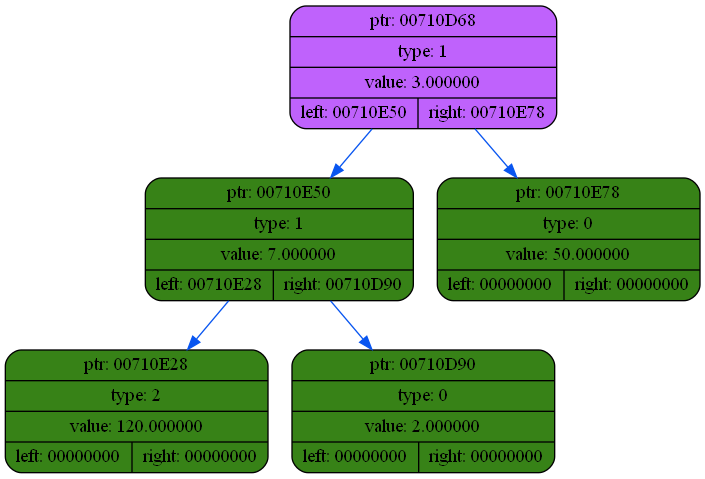
Earlier version of the Graphviz export dump/dump5.png (coffee8cat/differentiator). Its source is kept beside it as dump/dump5.dot.
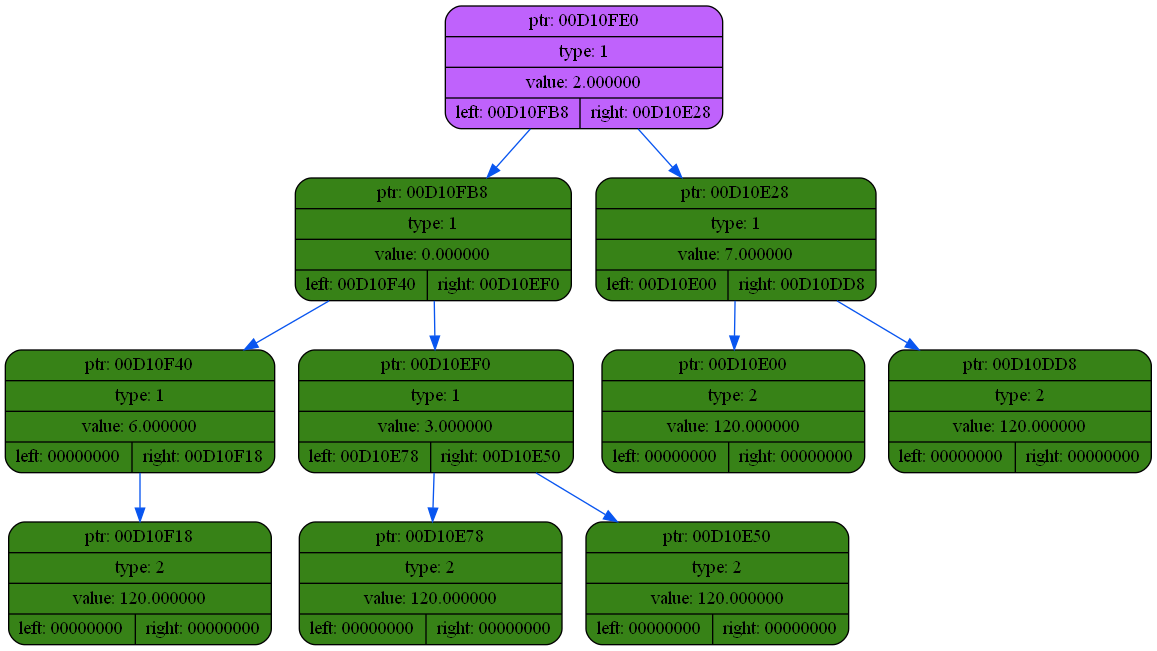
After the change.

Change to the diagram source:
```diff
@@ -2,13 +2,23 @@
 {
     rankdir=TP
 
-        node00710D68[shape=record,style="rounded,filled",fillcolor="#BF62FC",label="{ ptr: 00710D68 | type: 1 | value: 3.000000| { left: 00710E50 | right: 00710E78 }}"];
-    node00710D68 -> node00710E50[color="#0855F0"]
-    node00710E50[shape=record,style="rounded,filled",fillcolor="#378217",label="{ ptr: 00710E50 | type: 1 | value: 7.000000| { left: 00710E28 | right: 00710D90 }}"];
-    node00710E50 -> node00710E28[color="#0855F0"]
-    node00710E28[shape=record,style="rounded,filled",fillcolor="#378217",label="{ ptr: 00710E28 | type: 2 | value: 120.000000| { left: 00000000 | right: 00000000 }}"];
-    node00710E50 -> node00710D90[color="#0855F0"]
-    node00710D90[shape=record,style="rounded,filled",fillcolor="#378217",label="{ ptr: 00710D90 | type: 0 | value: 2.000000| { left: 00000000 | right: 00000000 }}"];
-    node00710D68 -> node00710E78[color="#0855F0"]
-    node00710E78[shape=record,style="rounded,filled",fillcolor="#378217",label="{ ptr: 00710E78 | type: 0 | value: 50.000000| { left: 00000000 | right: 00000000 }}"];
+        node00D10FE0[shape=record,style="rounded,filled",fillcolor="#BF62FC",label="{ ptr: 00D10FE0 | type: 1 | value: 2.000000| { left: 00D10FB8 | right: 00D10E28 }}"];
+    node00D10FE0 -> node00D10FB8[color="#0855F0"]
+    node00D10FB8[shape=record,style="rounded,filled",fillcolor="#378217",label="{ ptr: 00D10FB8 | type: 1 | value: 0.000000| { left: 00D10F40 | right: 00D10EF0 }}"];
+    node00D10FB8 -> node00D10F40[color="#0855F0"]
+    node00D10F40[shape=record,style="rounded,filled",fillcolor="#378217",label="{ ptr: 00D10F40 | type: 1 | value: 6.000000| { left: 00000000 | right: 00D10F18 }}"];
+    node00D10F40 -> node00D10F18[color="#0855F0"]
+    node00D10F18[shape=record,style="rounded,filled",fillcolor="#378217",label="{ ptr: 00D10F18 | type: 2 | value: 120.000000| { left: 00000000 | right: 00000000 }}"];
+    node00D10FB8 -> node00D10EF0[color="#0855F0"]
+    node00D10EF0[shape=record,style="rounded,filled",fillcolor="#378217",label="{ ptr: 00D10EF0 | type: 1 | value: 3.000000| { left: 00D10E78 | right: 00D10E50 }}"];
+    node00D10EF0 -> node00D10E78[color="#0855F0"]
+    node00D10E78[shape=record,style="rounded,filled",fillcolor="#378217",label="{ ptr: 00D10E78 | type: 2 | value: 120.000000| { left: 00000000 | right: 00000000 }}"];
+    node00D10EF0 -> node00D10E50[color="#0855F0"]
+    node00D10E50[shape=record,style="rounded,filled",fillcolor="#378217",label="{ ptr: 00D10E50 | type: 2 | value: 120.000000| { left: 00000000 | right: 00000000 }}"];
+    node00D10FE0 -> node00D10E28[color="#0855F0"]
+    node00D10E28[shape=record,style="rounded,filled",fillcolor="#378217",label="{ ptr: 00D10E28 | type: 1 | value: 7.000000| { left: 00D10E00 | right: 00D10DD8 }}"];
+    node00D10E28 -> node00D10E00[color="#0855F0"]
+    node00D10E00[shape=record,style="rounded,filled",fillcolor="#378217",label="{ ptr: 00D10E00 | type: 2 | value: 120.000000| { left: 00000000 | right: 00000000 }}"];
+    node00D10E28 -> node00D10DD8[color="#0855F0"]
+    node00D10DD8[shape=record,style="rounded,filled",fillcolor="#378217",label="{ ptr: 00D10DD8 | type: 2 | value: 120.000000| { left: 00000000 | right: 00000000 }}"];
 }
```
